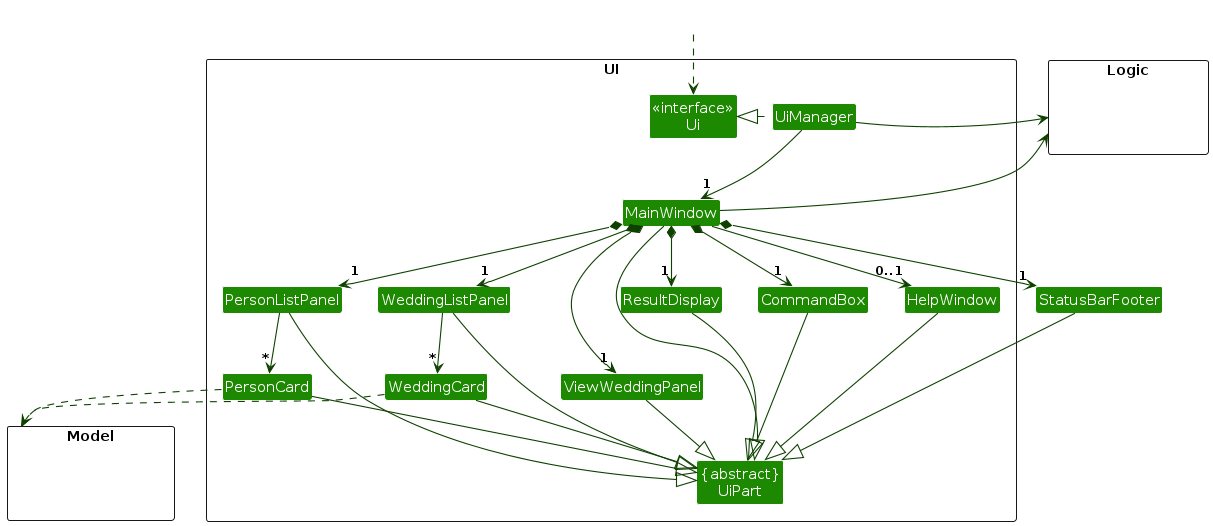
This is diagrams/UiClassDiagram.png from AY2425S1-CS2103T-W13-4/tp, a PlantUML export, as it was before one commit. Its source is kept beside it as diagrams/UiClassDiagram.puml.
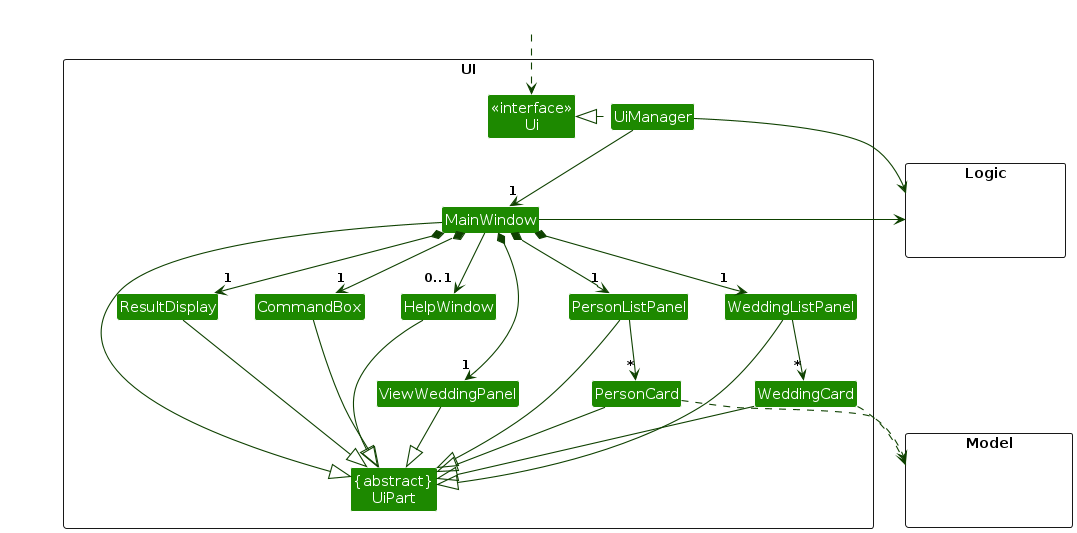
After the commit.

Diff of the diagram source:
```diff
@@ -35,7 +35,6 @@
 MainWindow *-down->  "1" CommandBox
 MainWindow *-down-> "1" ResultDisplay
 MainWindow *-down-> "1" PersonListPanel
-MainWindow *-down-> "1" StatusBarFooter
 MainWindow --> "0..1" HelpWindow
 MainWindow *-down-> "1" WeddingListPanel
 MainWindow *-down-> "1" ViewWeddingPanel
@@ -49,7 +48,6 @@
 CommandBox --|> UiPart
 PersonListPanel --|> UiPart
 PersonCard --|> UiPart
-StatusBarFooter --|> UiPart
 HelpWindow --|> UiPart
 WeddingCard --|> UiPart
 WeddingListPanel --|> UiPart
@@ -63,7 +61,6 @@
 PersonListPanel -[hidden]left- HelpWindow
 HelpWindow -[hidden]left- CommandBox
 CommandBox -[hidden]left- ResultDisplay
-ResultDisplay -[hidden]left- StatusBarFooter
 
 MainWindow -[hidden]-|> UiPart
 @enduml
```
